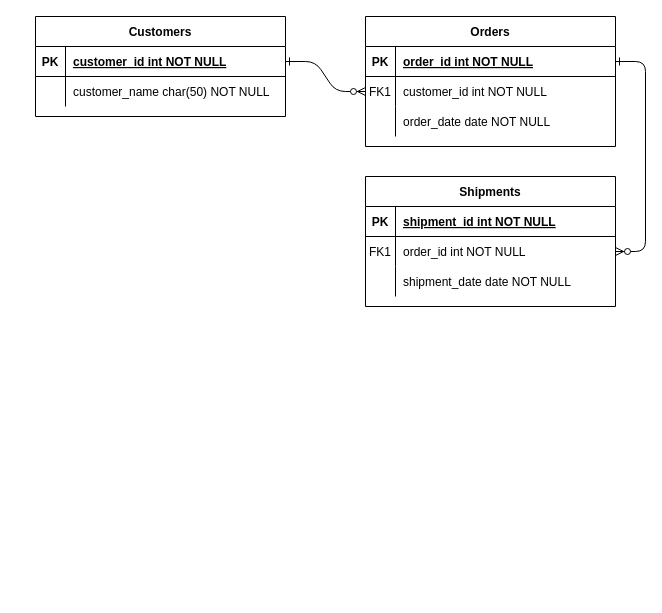
Before: nft-font.drawio in seminss/chambit-practice, a draw.io diagram. Source tidied: cells renumbered, new cells numbered last; positions are measured from the earlier drawing's top-left corner, leaving out a move shared by most shapes. Both pictures are drawn from the tidied source at 100%, with x=0, y=0 at pixel (35, 16).
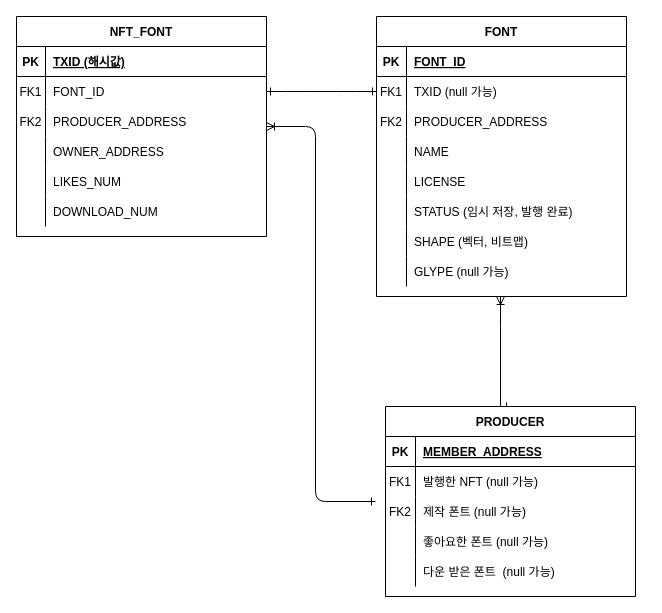
Above is the later version.

The change refers to these unchanged cells:
```xml
<mxCell id="5" style="shape=partialRectangle;fillColor=none;points=[[0,0.5],[1,0.5]];portConstraint=eastwest;top=0;left=0;right=0;bottom=1;" parent="4" vertex="1">
  <mxGeometry y="30" width="250" height="30" as="geometry" />
</mxCell>
<mxCell id="8" style="shape=partialRectangle;fillColor=none;points=[[0,0.5],[1,0.5]];portConstraint=eastwest;top=0;left=0;right=0;bottom=0;" parent="4" vertex="1">
  <mxGeometry y="60" width="250" height="30" as="geometry" />
</mxCell>
<mxCell id="11" style="shape=partialRectangle;fillColor=none;top=0;left=0;right=0;bottom=0;" parent="4" vertex="1">
  <mxGeometry y="90" width="250" height="30" as="geometry" />
</mxCell>
<mxCell id="15" style="shape=partialRectangle;fillColor=none;top=0;left=0;right=0;bottom=1;" parent="14" vertex="1">
  <mxGeometry y="30" width="250" height="30" as="geometry" />
</mxCell>
<mxCell id="25" style="shape=partialRectangle;fillColor=none;points=[[0,0.5],[1,0.5]];portConstraint=eastwest;top=0;left=0;right=0;bottom=1;" parent="24" vertex="1">
  <mxGeometry y="30" width="250" height="30" as="geometry" />
</mxCell>
<mxCell id="28" style="shape=partialRectangle;fillColor=none;points=[[0,0.5],[1,0.5]];portConstraint=eastwest;top=0;left=0;right=0;bottom=0;" parent="24" vertex="1">
  <mxGeometry y="60" width="250" height="30" as="geometry" />
</mxCell>
```

The edit, as a diff of the source:
```diff
@@
-    <mxCell id="2" style="edgeStyle=entityRelationEdgeStyle;endArrow=ERzeroToMany;startArrow=ERone;endFill=1;startFill=0;" parent="1" edge="1" source="25" target="8">
+    <mxCell id="2" style="edgeStyle=entityRelationEdgeStyle;endArrow=ERone;startArrow=ERone;endFill=0;startFill=0;rounded=1;exitX=1;exitY=0.5;exitDx=0;exitDy=0;" parent="1" edge="1" source="28" target="8">
       <mxGeometry relative="1" as="geometry" />
     </mxCell>
-    <mxCell id="3" style="edgeStyle=entityRelationEdgeStyle;endArrow=ERzeroToMany;startArrow=ERone;endFill=1;startFill=0;" parent="1" edge="1" source="5" target="18">
-      <mxGeometry relative="1" as="geometry" />
-    </mxCell>
+    <mxCell id="31" style="edgeStyle=orthogonalEdgeStyle;rounded=0;jettySize=auto;html=1;entryX=0.5;entryY=0;entryDx=0;entryDy=0;startArrow=ERoneToMany;startFill=0;endArrow=ERone;endFill=0;" parent="1" edge="1" source="4" target="14">
+      <mxGeometry relative="1" as="geometry">
+        <Array as="points">
+          <mxPoint x="465" y="310" />
+          <mxPoint x="465" y="310" />
+        </Array>
+      </mxGeometry>
+    </mxCell>
-    <mxCell id="4" value="Orders" style="shape=table;startSize=30;childLayout=tableLayout;rowLines=0;fontStyle=1;align=center;" parent="1" vertex="1">
-      <mxGeometry x="330" width="250" height="130" as="geometry" />
+    <mxCell id="4" value="FONT" style="shape=table;startSize=30;childLayout=tableLayout;rowLines=0;fontStyle=1;align=center;" parent="1" vertex="1">
+      <mxGeometry x="341" width="250" height="280" as="geometry" />
     </mxCell>
@@
-    <mxCell id="7" value="order_id int NOT NULL " style="shape=partialRectangle;overflow=hidden;fillColor=none;top=0;left=0;bottom=0;right=0;align=left;spacingLeft=6;fontStyle=5;" parent="5" vertex="1">
+    <mxCell id="7" value="FONT_ID" style="shape=partialRectangle;overflow=hidden;fillColor=none;top=0;left=0;bottom=0;right=0;align=left;spacingLeft=6;fontStyle=5;" parent="5" vertex="1">
       <mxGeometry x="30" width="220" height="30" as="geometry" />
     </mxCell>
@@
-    <mxCell id="10" value="customer_id int NOT NULL" style="shape=partialRectangle;overflow=hidden;fillColor=none;top=0;left=0;bottom=0;right=0;align=left;spacingLeft=6;" parent="8" vertex="1">
+    <mxCell id="10" value="TXID (null 가능)" style="shape=partialRectangle;overflow=hidden;fillColor=none;top=0;left=0;bottom=0;right=0;align=left;spacingLeft=6;" parent="8" vertex="1">
       <mxGeometry x="30" width="220" height="30" as="geometry" />
     </mxCell>
@@
-    <mxCell id="12" style="shape=partialRectangle;overflow=hidden;fillColor=none;top=0;left=0;bottom=0;right=0;" parent="11" vertex="1">
+    <mxCell id="12" value="FK2" style="shape=partialRectangle;overflow=hidden;fillColor=none;top=0;left=0;bottom=0;right=0;" parent="11" vertex="1">
       <mxGeometry width="30" height="30" as="geometry" />
     </mxCell>
-    <mxCell id="13" value="order_date date NOT NULL" style="shape=partialRectangle;overflow=hidden;fillColor=none;top=0;left=0;bottom=0;right=0;align=left;spacingLeft=6;" parent="11" vertex="1">
+    <mxCell id="13" value="PRODUCER_ADDRESS" style="shape=partialRectangle;overflow=hidden;fillColor=none;top=0;left=0;bottom=0;right=0;align=left;spacingLeft=6;" parent="11" vertex="1">
       <mxGeometry x="30" width="220" height="30" as="geometry" />
     </mxCell>
+    <mxCell id="32" style="shape=partialRectangle;fillColor=none;top=0;left=0;right=0;bottom=0;" parent="4" vertex="1">
+      <mxGeometry y="120" width="250" height="30" as="geometry" />
+    </mxCell>
+    <mxCell id="33" style="shape=partialRectangle;overflow=hidden;fillColor=none;top=0;left=0;bottom=0;right=0;" parent="32" vertex="1">
+      <mxGeometry width="30" height="30" as="geometry" />
+    </mxCell>
+    <mxCell id="34" value="NAME" style="shape=partialRectangle;overflow=hidden;fillColor=none;top=0;left=0;bottom=0;right=0;align=left;spacingLeft=6;" parent="32" vertex="1">
+      <mxGeometry x="30" width="220" height="30" as="geometry" />
+    </mxCell>
+    <mxCell id="35" style="shape=partialRectangle;fillColor=none;top=0;left=0;right=0;bottom=0;" parent="4" vertex="1">
+      <mxGeometry y="150" width="250" height="30" as="geometry" />
+    </mxCell>
+    <mxCell id="36" style="shape=partialRectangle;overflow=hidden;fillColor=none;top=0;left=0;bottom=0;right=0;" parent="35" vertex="1">
+      <mxGeometry width="30" height="30" as="geometry" />
+    </mxCell>
+    <mxCell id="37" value="LICENSE" style="shape=partialRectangle;overflow=hidden;fillColor=none;top=0;left=0;bottom=0;right=0;align=left;spacingLeft=6;" parent="35" vertex="1">
+      <mxGeometry x="30" width="220" height="30" as="geometry" />
+    </mxCell>
+    <mxCell id="38" style="shape=partialRectangle;fillColor=none;top=0;left=0;right=0;bottom=0;" parent="4" vertex="1">
+      <mxGeometry y="180" width="250" height="30" as="geometry" />
+    </mxCell>
+    <mxCell id="39" style="shape=partialRectangle;overflow=hidden;fillColor=none;top=0;left=0;bottom=0;right=0;" parent="38" vertex="1">
+      <mxGeometry width="30" height="30" as="geometry" />
+    </mxCell>
+    <mxCell id="40" value="STATUS (임시 저장, 발행 완료)" style="shape=partialRectangle;overflow=hidden;fillColor=none;top=0;left=0;bottom=0;right=0;align=left;spacingLeft=6;" parent="38" vertex="1">
+      <mxGeometry x="30" width="220" height="30" as="geometry" />
+    </mxCell>
+    <mxCell id="41" style="shape=partialRectangle;fillColor=none;top=0;left=0;right=0;bottom=0;" parent="4" vertex="1">
+      <mxGeometry y="210" width="250" height="30" as="geometry" />
+    </mxCell>
+    <mxCell id="42" style="shape=partialRectangle;overflow=hidden;fillColor=none;top=0;left=0;bottom=0;right=0;" parent="41" vertex="1">
+      <mxGeometry width="30" height="30" as="geometry" />
+    </mxCell>
+    <mxCell id="43" value="SHAPE (벡터, 비트맵)" style="shape=partialRectangle;overflow=hidden;fillColor=none;top=0;left=0;bottom=0;right=0;align=left;spacingLeft=6;" parent="41" vertex="1">
+      <mxGeometry x="30" width="220" height="30" as="geometry" />
+    </mxCell>
+    <mxCell id="44" style="shape=partialRectangle;fillColor=none;top=0;left=0;right=0;bottom=0;" parent="4" vertex="1">
+      <mxGeometry y="240" width="250" height="30" as="geometry" />
+    </mxCell>
+    <mxCell id="45" style="shape=partialRectangle;overflow=hidden;fillColor=none;top=0;left=0;bottom=0;right=0;" parent="44" vertex="1">
+      <mxGeometry width="30" height="30" as="geometry" />
+    </mxCell>
+    <mxCell id="46" value="GLYPE (null 가능)" style="shape=partialRectangle;overflow=hidden;fillColor=none;top=0;left=0;bottom=0;right=0;align=left;spacingLeft=6;" parent="44" vertex="1">
+      <mxGeometry x="30" width="220" height="30" as="geometry" />
+    </mxCell>
-    <mxCell id="14" value="Shipments" style="shape=table;startSize=30;childLayout=tableLayout;rowLines=0;fontStyle=1;align=center;" parent="1" vertex="1">
-      <mxGeometry x="330" y="160" width="250" height="130" as="geometry" />
+    <mxCell id="14" value="PRODUCER" style="shape=table;startSize=30;childLayout=tableLayout;rowLines=0;fontStyle=1;align=center;" parent="1" vertex="1">
+      <mxGeometry x="350" y="390" width="250" height="190" as="geometry" />
     </mxCell>
@@
-    <mxCell id="17" value="shipment_id int NOT NULL " style="shape=partialRectangle;overflow=hidden;fillColor=none;top=0;left=0;bottom=0;right=0;align=left;spacingLeft=6;fontStyle=5;" parent="15" vertex="1">
+    <mxCell id="17" value="MEMBER_ADDRESS" style="shape=partialRectangle;overflow=hidden;fillColor=none;top=0;left=0;bottom=0;right=0;align=left;spacingLeft=6;fontStyle=5;" parent="15" vertex="1">
       <mxGeometry x="30" width="220" height="30" as="geometry" />
     </mxCell>
-    <mxCell id="18" style="shape=partialRectangle;fillColor=none;points=[[0,0.5],[1,0.5]];portConstraint=eastwest;top=0;left=0;right=0;bottom=0;" parent="14" vertex="1">
-      <mxGeometry y="60" width="250" height="30" as="geometry" />
-    </mxCell>
-    <mxCell id="19" value="FK1" style="shape=partialRectangle;overflow=hidden;fillColor=none;top=0;left=0;bottom=0;right=0;" parent="18" vertex="1">
-      <mxGeometry width="30" height="30" as="geometry" />
-    </mxCell>
-    <mxCell id="20" value="order_id int NOT NULL" style="shape=partialRectangle;overflow=hidden;fillColor=none;top=0;left=0;bottom=0;right=0;align=left;spacingLeft=6;" parent="18" vertex="1">
-      <mxGeometry x="30" width="220" height="30" as="geometry" />
-    </mxCell>
     <mxCell id="21" style="shape=partialRectangle;fillColor=none;top=0;left=0;right=0;bottom=0;" parent="14" vertex="1">
-      <mxGeometry y="90" width="250" height="30" as="geometry" />
+      <mxGeometry y="60" width="250" height="30" as="geometry" />
     </mxCell>
-    <mxCell id="22" style="shape=partialRectangle;overflow=hidden;fillColor=none;top=0;left=0;bottom=0;right=0;" parent="21" vertex="1">
+    <mxCell id="22" value="FK1" style="shape=partialRectangle;overflow=hidden;fillColor=none;top=0;left=0;bottom=0;right=0;" parent="21" vertex="1">
       <mxGeometry width="30" height="30" as="geometry" />
     </mxCell>
-    <mxCell id="23" value="shipment_date date NOT NULL" style="shape=partialRectangle;overflow=hidden;fillColor=none;top=0;left=0;bottom=0;right=0;align=left;spacingLeft=6;" parent="21" vertex="1">
+    <mxCell id="23" value="발행한 NFT (null 가능)" style="shape=partialRectangle;overflow=hidden;fillColor=none;top=0;left=0;bottom=0;right=0;align=left;spacingLeft=6;" parent="21" vertex="1">
       <mxGeometry x="30" width="220" height="30" as="geometry" />
     </mxCell>
+    <mxCell id="47" style="shape=partialRectangle;fillColor=none;top=0;left=0;right=0;bottom=0;" parent="14" vertex="1">
+      <mxGeometry y="90" width="250" height="30" as="geometry" />
+    </mxCell>
+    <mxCell id="48" value="FK2" style="shape=partialRectangle;overflow=hidden;fillColor=none;top=0;left=0;bottom=0;right=0;" parent="47" vertex="1">
+      <mxGeometry width="30" height="30" as="geometry" />
+    </mxCell>
+    <mxCell id="49" value="제작 폰트 (null 가능)" style="shape=partialRectangle;overflow=hidden;fillColor=none;top=0;left=0;bottom=0;right=0;align=left;spacingLeft=6;" parent="47" vertex="1">
+      <mxGeometry x="30" width="220" height="30" as="geometry" />
+    </mxCell>
+    <mxCell id="50" style="shape=partialRectangle;fillColor=none;top=0;left=0;right=0;bottom=0;" parent="14" vertex="1">
+      <mxGeometry y="120" width="250" height="30" as="geometry" />
+    </mxCell>
+    <mxCell id="51" style="shape=partialRectangle;overflow=hidden;fillColor=none;top=0;left=0;bottom=0;right=0;" parent="50" vertex="1">
+      <mxGeometry width="30" height="30" as="geometry" />
+    </mxCell>
+    <mxCell id="52" value="좋아요한 폰트 (null 가능)" style="shape=partialRectangle;overflow=hidden;fillColor=none;top=0;left=0;bottom=0;right=0;align=left;spacingLeft=6;" parent="50" vertex="1">
+      <mxGeometry x="30" width="220" height="30" as="geometry" />
+    </mxCell>
+    <mxCell id="53" style="shape=partialRectangle;fillColor=none;top=0;left=0;right=0;bottom=0;" parent="14" vertex="1">
+      <mxGeometry y="150" width="250" height="30" as="geometry" />
+    </mxCell>
+    <mxCell id="54" style="shape=partialRectangle;overflow=hidden;fillColor=none;top=0;left=0;bottom=0;right=0;" parent="53" vertex="1">
+      <mxGeometry width="30" height="30" as="geometry" />
+    </mxCell>
+    <mxCell id="55" value="다운 받은 폰트  (null 가능)" style="shape=partialRectangle;overflow=hidden;fillColor=none;top=0;left=0;bottom=0;right=0;align=left;spacingLeft=6;" parent="53" vertex="1">
+      <mxGeometry x="30" width="220" height="30" as="geometry" />
+    </mxCell>
+    <mxCell id="56" style="edgeStyle=orthogonalEdgeStyle;rounded=1;jettySize=auto;html=1;entryX=0;entryY=0.5;entryDx=0;entryDy=0;startArrow=ERoneToMany;startFill=0;endArrow=ERone;endFill=0;" parent="1" edge="1" source="24">
+      <mxGeometry relative="1" as="geometry">
+        <mxPoint x="340" y="485" as="targetPoint" />
+        <Array as="points">
+          <mxPoint x="280" y="110" />
+          <mxPoint x="280" y="485" />
+        </Array>
+      </mxGeometry>
+    </mxCell>
-    <mxCell id="24" value="Customers" style="shape=table;startSize=30;childLayout=tableLayout;rowLines=0;fontStyle=1;align=center;" parent="1" vertex="1">
-      <mxGeometry width="250" height="100" as="geometry" />
+    <mxCell id="24" value="NFT_FONT" style="shape=table;startSize=30;childLayout=tableLayout;rowLines=0;fontStyle=1;align=center;" parent="1" vertex="1">
+      <mxGeometry x="-19" width="250" height="220" as="geometry" />
     </mxCell>
@@
     <mxCell id="26" value="PK" style="shape=partialRectangle;overflow=hidden;fillColor=none;top=0;left=0;bottom=0;right=0;fontStyle=1;" parent="25" vertex="1">
-      <mxGeometry width="30" height="30" as="geometry" />
+      <mxGeometry width="29" height="30" as="geometry" />
     </mxCell>
-    <mxCell id="27" value="customer_id int NOT NULL " style="shape=partialRectangle;overflow=hidden;fillColor=none;top=0;left=0;bottom=0;right=0;align=left;spacingLeft=6;fontStyle=5;" parent="25" vertex="1">
-      <mxGeometry x="30" width="220" height="30" as="geometry" />
+    <mxCell id="27" value="TXID (해시값)" style="shape=partialRectangle;overflow=hidden;fillColor=none;top=0;left=0;bottom=0;right=0;align=left;spacingLeft=6;fontStyle=5;" parent="25" vertex="1">
+      <mxGeometry x="29" width="221" height="30" as="geometry" />
     </mxCell>
@@
-    <mxCell id="29" style="shape=partialRectangle;overflow=hidden;fillColor=none;top=0;left=0;bottom=0;right=0;" parent="28" vertex="1">
-      <mxGeometry width="30" height="30" as="geometry" />
+    <mxCell id="29" value="FK1" style="shape=partialRectangle;overflow=hidden;fillColor=none;top=0;left=0;bottom=0;right=0;" parent="28" vertex="1">
+      <mxGeometry width="29" height="30" as="geometry" />
     </mxCell>
-    <mxCell id="30" value="customer_name char(50) NOT NULL" style="shape=partialRectangle;overflow=hidden;fillColor=none;top=0;left=0;bottom=0;right=0;align=left;spacingLeft=6;" parent="28" vertex="1">
-      <mxGeometry x="30" width="220" height="30" as="geometry" />
+    <mxCell id="30" value="FONT_ID" style="shape=partialRectangle;overflow=hidden;fillColor=none;top=0;left=0;bottom=0;right=0;align=left;spacingLeft=6;" parent="28" vertex="1">
+      <mxGeometry x="29" width="221" height="30" as="geometry" />
     </mxCell>
+    <mxCell id="57" style="shape=partialRectangle;fillColor=none;top=0;left=0;right=0;bottom=0;" parent="24" vertex="1">
+      <mxGeometry y="90" width="250" height="30" as="geometry" />
+    </mxCell>
+    <mxCell id="58" value="FK2" style="shape=partialRectangle;overflow=hidden;fillColor=none;top=0;left=0;bottom=0;right=0;" parent="57" vertex="1">
+      <mxGeometry width="29" height="30" as="geometry" />
+    </mxCell>
+    <mxCell id="59" value="PRODUCER_ADDRESS     " style="shape=partialRectangle;overflow=hidden;fillColor=none;top=0;left=0;bottom=0;right=0;align=left;spacingLeft=6;" parent="57" vertex="1">
+      <mxGeometry x="29" width="221" height="30" as="geometry" />
+    </mxCell>
+    <mxCell id="60" style="shape=partialRectangle;fillColor=none;top=0;left=0;right=0;bottom=0;" parent="24" vertex="1">
+      <mxGeometry y="120" width="250" height="30" as="geometry" />
+    </mxCell>
+    <mxCell id="61" style="shape=partialRectangle;overflow=hidden;fillColor=none;top=0;left=0;bottom=0;right=0;" parent="60" vertex="1">
+      <mxGeometry width="29" height="30" as="geometry" />
+    </mxCell>
+    <mxCell id="62" value="OWNER_ADDRESS" style="shape=partialRectangle;overflow=hidden;fillColor=none;top=0;left=0;bottom=0;right=0;align=left;spacingLeft=6;" parent="60" vertex="1">
+      <mxGeometry x="29" width="221" height="30" as="geometry" />
+    </mxCell>
+    <mxCell id="63" style="shape=partialRectangle;fillColor=none;top=0;left=0;right=0;bottom=0;" parent="24" vertex="1">
+      <mxGeometry y="150" width="250" height="30" as="geometry" />
+    </mxCell>
+    <mxCell id="64" style="shape=partialRectangle;overflow=hidden;fillColor=none;top=0;left=0;bottom=0;right=0;" parent="63" vertex="1">
+      <mxGeometry width="29" height="30" as="geometry" />
+    </mxCell>
+    <mxCell id="65" value="LIKES_NUM" style="shape=partialRectangle;overflow=hidden;fillColor=none;top=0;left=0;bottom=0;right=0;align=left;spacingLeft=6;" parent="63" vertex="1">
+      <mxGeometry x="29" width="221" height="30" as="geometry" />
+    </mxCell>
+    <mxCell id="66" style="shape=partialRectangle;fillColor=none;top=0;left=0;right=0;bottom=0;" parent="24" vertex="1">
+      <mxGeometry y="180" width="250" height="30" as="geometry" />
+    </mxCell>
+    <mxCell id="67" style="shape=partialRectangle;overflow=hidden;fillColor=none;top=0;left=0;bottom=0;right=0;" parent="66" vertex="1">
+      <mxGeometry width="29" height="30" as="geometry" />
+    </mxCell>
+    <mxCell id="68" value="DOWNLOAD_NUM" style="shape=partialRectangle;overflow=hidden;fillColor=none;top=0;left=0;bottom=0;right=0;align=left;spacingLeft=6;" parent="66" vertex="1">
+      <mxGeometry x="29" width="221" height="30" as="geometry" />
+    </mxCell>
```
